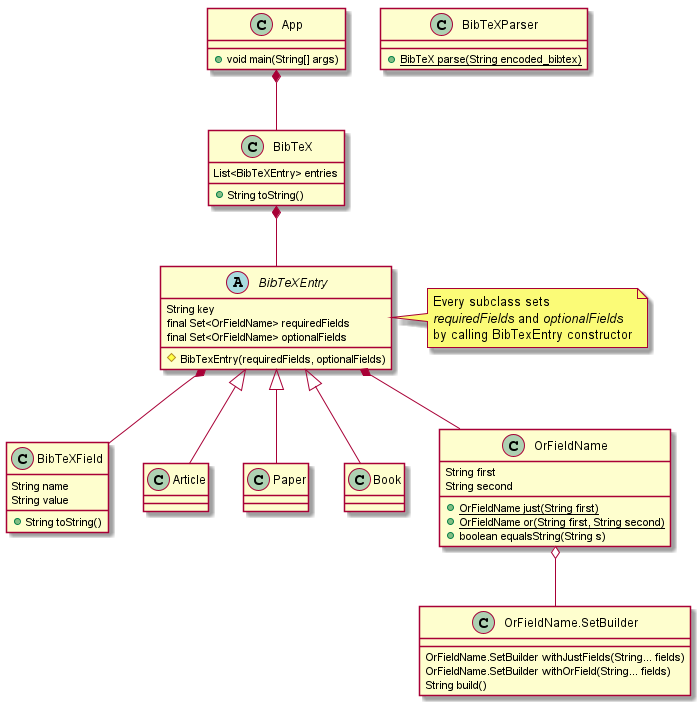
The PlantUML diagram Klasy.png in szebniok/obiektowe, before a commit.
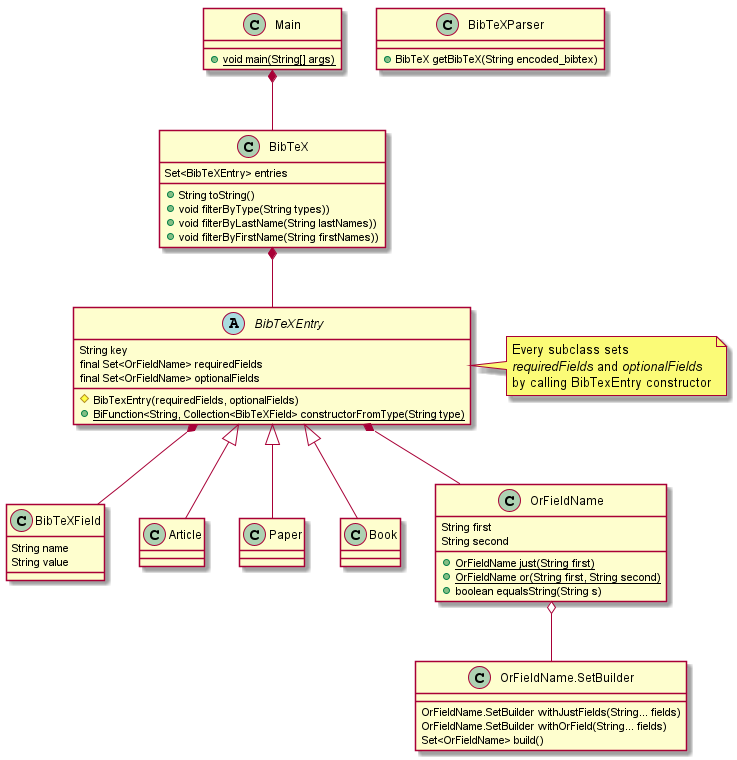
Later version of the same file.

Commit message:
Update UML diagram

The edit, as a diff of the source:
```diff
@@ -1,7 +1,10 @@
 @startuml "Klasy"
 
-BibTeX : List<BibTeXEntry> entries
+BibTeX : Set<BibTeXEntry> entries
 BibTeX : +String toString()
+BibTeX : +void filterByType(String types))
+BibTeX : +void filterByLastName(String lastNames))
+BibTeX : +void filterByFirstName(String firstNames))
 BibTeX *-- BibTeXEntry
 
 abstract BibTeXEntry
@@ -9,6 +12,7 @@
 BibTeXEntry : final Set<OrFieldName> requiredFields
 BibTeXEntry : final Set<OrFieldName> optionalFields
 BibTeXEntry : #BibTexEntry(requiredFields, optionalFields)
+BibTeXEntry : {static} +BiFunction<String, Collection<BibTeXField> constructorFromType(String type)
 BibTeXEntry *-- BibTeXField
 
 note right of BibTeXEntry
@@ -19,16 +23,15 @@
 
 BibTeXField : String name
 BibTeXField : String value
-BibTeXField : +String toString()
 
 BibTeXEntry <|-- Article
 BibTeXEntry <|-- Paper
 BibTeXEntry <|-- Book
 
-BibTeXParser : {static} +BibTeX parse(String encoded_bibtex)
+BibTeXParser : +BibTeX getBibTeX(String encoded_bibtex)
 
-App : +void main(String[] args)
-App *-- BibTeX
+Main : {static} +void main(String[] args)
+Main *-- BibTeX
 
 OrFieldName : String first
 OrFieldName : String second
@@ -39,7 +42,7 @@
 set namespaceseparator ::
 OrFieldName.SetBuilder : OrFieldName.SetBuilder withJustFields(String... fields)
 OrFieldName.SetBuilder : OrFieldName.SetBuilder withOrField(String... fields)
-OrFieldName.SetBuilder : String build()
+OrFieldName.SetBuilder : Set<OrFieldName> build()
 
 BibTeXEntry *-- OrFieldName
 OrFieldName o-- OrFieldName.SetBuilder
```
